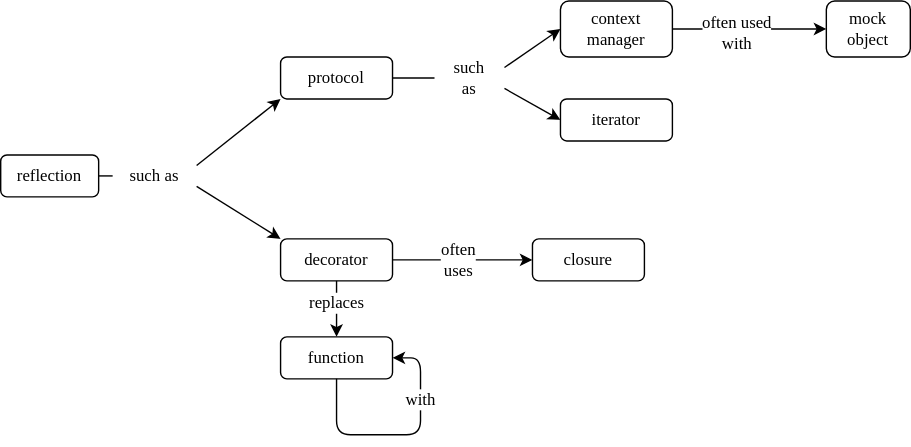
gvwilson/thirdbit keeps this draw.io diagram as sdxpy/reflect/concept_map.svg. Above is the earlier version. Source tidied: cells renumbered, new cells last; positions are measured from the earlier drawing's top-left corner, leaving out a move shared by most shapes. Its diagram source:
```xml
<mxGraphModel>
  <root>
    <mxCell id="0" />
    <mxCell id="1" parent="0" />
    <mxCell id="2" value="protocol" style="rounded=1;whiteSpace=wrap;html=1;fontFamily=Verdana;fillColor=none;fontSize=12;" parent="1" vertex="1">
      <mxGeometry x="200" y="40" width="80" height="30" as="geometry" />
    </mxCell>
    <mxCell id="3" value="context&lt;br style=&quot;font-size: 12px;&quot;&gt;manager" style="rounded=1;whiteSpace=wrap;html=1;fontFamily=Verdana;fillColor=none;fontSize=12;" parent="1" vertex="1">
      <mxGeometry x="400" width="80" height="40" as="geometry" />
    </mxCell>
    <mxCell id="4" value="iterator" style="rounded=1;whiteSpace=wrap;html=1;fontFamily=Verdana;fillColor=none;fontSize=12;" parent="1" vertex="1">
      <mxGeometry x="400" y="70" width="80" height="30" as="geometry" />
    </mxCell>
    <mxCell id="5" value="mock&lt;br style=&quot;font-size: 12px;&quot;&gt;object" style="rounded=1;whiteSpace=wrap;html=1;fontFamily=Verdana;fillColor=none;fontSize=12;" parent="1" vertex="1">
      <mxGeometry x="590" width="60" height="40" as="geometry" />
    </mxCell>
    <mxCell id="6" value="such&lt;br style=&quot;font-size: 12px;&quot;&gt;as" style="text;html=1;strokeColor=none;fillColor=none;align=center;verticalAlign=middle;whiteSpace=wrap;rounded=0;fontFamily=Verdana;fontSize=12;" parent="1" vertex="1">
      <mxGeometry x="310" y="40" width="50" height="30" as="geometry" />
    </mxCell>
    <mxCell id="7" style="endArrow=none;html=1;rounded=1;fontFamily=Verdana;exitX=1;exitY=0.5;exitDx=0;exitDy=0;entryX=0;entryY=0.5;entryDx=0;entryDy=0;fontSize=12;" parent="1" edge="1" source="2" target="6">
      <mxGeometry relative="1" as="geometry" />
    </mxCell>
    <mxCell id="8" style="endArrow=classic;html=1;rounded=1;fontFamily=Verdana;exitX=1;exitY=0.25;exitDx=0;exitDy=0;entryX=0;entryY=0.5;entryDx=0;entryDy=0;fontSize=12;" parent="1" edge="1" source="6" target="3">
      <mxGeometry relative="1" as="geometry" />
    </mxCell>
    <mxCell id="9" style="endArrow=classic;html=1;rounded=1;fontFamily=Verdana;exitX=1;exitY=0.75;exitDx=0;exitDy=0;entryX=0;entryY=0.5;entryDx=0;entryDy=0;fontSize=12;" parent="1" edge="1" source="6" target="4">
      <mxGeometry relative="1" as="geometry" />
    </mxCell>
    <mxCell id="10" style="endArrow=classic;html=1;rounded=1;fontFamily=Verdana;entryX=0;entryY=0.5;entryDx=0;entryDy=0;exitX=1;exitY=0.5;exitDx=0;exitDy=0;fontSize=12;" parent="1" edge="1" source="3" target="5">
      <mxGeometry relative="1" as="geometry" />
    </mxCell>
    <mxCell id="11" value="&lt;font style=&quot;font-size: 12px;&quot;&gt;often used&lt;br style=&quot;font-size: 12px;&quot;&gt;with&lt;/font&gt;" style="edgeLabel;html=1;align=center;verticalAlign=middle;fontFamily=Verdana;fontSize=12;" parent="10" vertex="1">
      <mxGeometry x="-0.17" y="-2" relative="1" as="geometry" />
    </mxCell>
    <mxCell id="12" value="decorator" style="rounded=1;whiteSpace=wrap;html=1;fontFamily=Verdana;fillColor=none;fontSize=12;" parent="1" vertex="1">
      <mxGeometry x="200" y="170" width="80" height="30" as="geometry" />
    </mxCell>
    <mxCell id="13" value="function" style="rounded=1;whiteSpace=wrap;html=1;fontFamily=Verdana;fillColor=none;fontSize=12;" parent="1" vertex="1">
      <mxGeometry x="200" y="240" width="80" height="30" as="geometry" />
    </mxCell>
    <mxCell id="14" style="endArrow=classic;html=1;rounded=1;fontFamily=Verdana;fontSize=12;exitX=0.5;exitY=1;exitDx=0;exitDy=0;entryX=0.5;entryY=0;entryDx=0;entryDy=0;" parent="1" edge="1" source="12" target="13">
      <mxGeometry relative="1" as="geometry" />
    </mxCell>
    <mxCell id="15" value="replaces" style="edgeLabel;html=1;align=center;verticalAlign=middle;fontSize=12;fontFamily=Verdana;" parent="14" vertex="1">
      <mxGeometry x="-0.25" y="-1" relative="1" as="geometry" />
    </mxCell>
    <mxCell id="16" style="endArrow=classic;html=1;rounded=1;fontFamily=Verdana;fontSize=12;exitX=0.5;exitY=1;exitDx=0;exitDy=0;entryX=1;entryY=0.5;entryDx=0;entryDy=0;" parent="1" edge="1" source="13" target="13">
      <mxGeometry relative="1" as="geometry">
        <Array as="points">
          <mxPoint x="240" y="310" />
          <mxPoint x="300" y="310" />
          <mxPoint x="300" y="255" />
        </Array>
      </mxGeometry>
    </mxCell>
    <mxCell id="17" value="with" style="edgeLabel;html=1;align=center;verticalAlign=middle;fontSize=12;fontFamily=Verdana;" parent="16" vertex="1">
      <mxGeometry x="0.44" y="1" relative="1" as="geometry" />
    </mxCell>
    <mxCell id="18" value="closure" style="rounded=1;whiteSpace=wrap;html=1;fontFamily=Verdana;fillColor=none;fontSize=12;" parent="1" vertex="1">
      <mxGeometry x="380" y="170" width="80" height="30" as="geometry" />
    </mxCell>
    <mxCell id="19" style="endArrow=classic;html=1;rounded=1;fontFamily=Verdana;fontSize=12;exitX=1;exitY=0.5;exitDx=0;exitDy=0;entryX=0;entryY=0.5;entryDx=0;entryDy=0;" parent="1" edge="1" source="12" target="18">
      <mxGeometry relative="1" as="geometry" />
    </mxCell>
    <mxCell id="20" value="often&lt;br style=&quot;font-size: 12px;&quot;&gt;uses" style="edgeLabel;html=1;align=center;verticalAlign=middle;fontSize=12;fontFamily=Verdana;" parent="19" vertex="1">
      <mxGeometry x="-0.08" y="1" relative="1" as="geometry" />
    </mxCell>
    <mxCell id="21" value="reflection" style="rounded=1;whiteSpace=wrap;html=1;fontFamily=Verdana;fillColor=none;fontSize=12;" parent="1" vertex="1">
      <mxGeometry y="110" width="70" height="30" as="geometry" />
    </mxCell>
    <mxCell id="22" value="such as" style="text;html=1;strokeColor=none;fillColor=none;align=center;verticalAlign=middle;whiteSpace=wrap;rounded=0;fontFamily=Verdana;fontSize=12;" parent="1" vertex="1">
      <mxGeometry x="80" y="110" width="60" height="30" as="geometry" />
    </mxCell>
    <mxCell id="23" style="endArrow=none;html=1;rounded=1;fontFamily=Verdana;fontSize=12;exitX=1;exitY=0.5;exitDx=0;exitDy=0;entryX=0;entryY=0.5;entryDx=0;entryDy=0;" parent="1" edge="1" source="21" target="22">
      <mxGeometry relative="1" as="geometry" />
    </mxCell>
    <mxCell id="24" style="endArrow=classic;html=1;rounded=1;fontFamily=Verdana;fontSize=12;exitX=1;exitY=0.25;exitDx=0;exitDy=0;entryX=0;entryY=1;entryDx=0;entryDy=0;" parent="1" edge="1" source="22" target="2">
      <mxGeometry relative="1" as="geometry" />
    </mxCell>
    <mxCell id="25" style="endArrow=classic;html=1;rounded=1;fontFamily=Verdana;fontSize=12;exitX=1;exitY=0.75;exitDx=0;exitDy=0;entryX=0;entryY=0;entryDx=0;entryDy=0;" parent="1" edge="1" source="22" target="12">
      <mxGeometry relative="1" as="geometry" />
    </mxCell>
  </root>
</mxGraphModel>
```
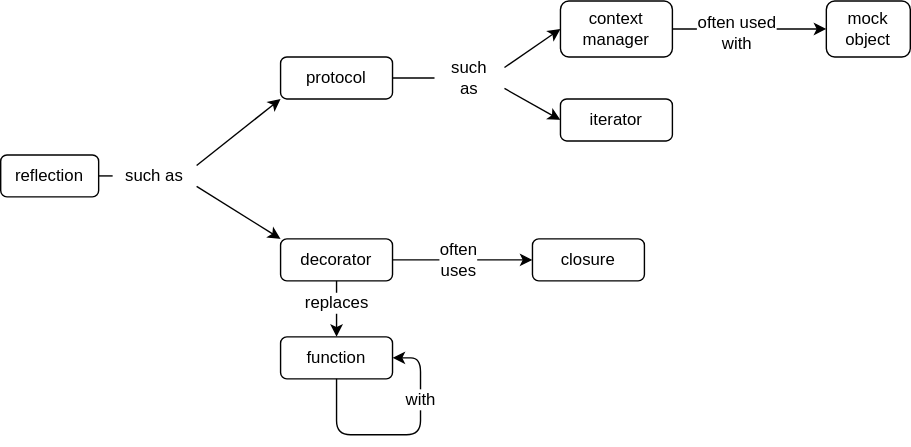
Later version of the same file.

What changed in the source:
```diff
@@ -2,49 +2,49 @@
   <root>
     <mxCell id="0" />
     <mxCell id="1" parent="0" />
-    <mxCell id="2" value="protocol" style="rounded=1;whiteSpace=wrap;html=1;fontFamily=Verdana;fillColor=none;fontSize=12;" parent="1" vertex="1">
+    <mxCell id="2" value="protocol" style="rounded=1;whiteSpace=wrap;html=1;fontFamily=Helvetica;fillColor=none;fontSize=12;" parent="1" vertex="1">
       <mxGeometry x="200" y="40" width="80" height="30" as="geometry" />
     </mxCell>
-    <mxCell id="3" value="context&lt;br style=&quot;font-size: 12px;&quot;&gt;manager" style="rounded=1;whiteSpace=wrap;html=1;fontFamily=Verdana;fillColor=none;fontSize=12;" parent="1" vertex="1">
+    <mxCell id="3" value="context&lt;br style=&quot;font-size: 12px;&quot;&gt;manager" style="rounded=1;whiteSpace=wrap;html=1;fontFamily=Helvetica;fillColor=none;fontSize=12;" parent="1" vertex="1">
       <mxGeometry x="400" width="80" height="40" as="geometry" />
     </mxCell>
-    <mxCell id="4" value="iterator" style="rounded=1;whiteSpace=wrap;html=1;fontFamily=Verdana;fillColor=none;fontSize=12;" parent="1" vertex="1">
+    <mxCell id="4" value="iterator" style="rounded=1;whiteSpace=wrap;html=1;fontFamily=Helvetica;fillColor=none;fontSize=12;" parent="1" vertex="1">
       <mxGeometry x="400" y="70" width="80" height="30" as="geometry" />
     </mxCell>
-    <mxCell id="5" value="mock&lt;br style=&quot;font-size: 12px;&quot;&gt;object" style="rounded=1;whiteSpace=wrap;html=1;fontFamily=Verdana;fillColor=none;fontSize=12;" parent="1" vertex="1">
+    <mxCell id="5" value="mock&lt;br style=&quot;font-size: 12px;&quot;&gt;object" style="rounded=1;whiteSpace=wrap;html=1;fontFamily=Helvetica;fillColor=none;fontSize=12;" parent="1" vertex="1">
       <mxGeometry x="590" width="60" height="40" as="geometry" />
     </mxCell>
-    <mxCell id="6" value="such&lt;br style=&quot;font-size: 12px;&quot;&gt;as" style="text;html=1;strokeColor=none;fillColor=none;align=center;verticalAlign=middle;whiteSpace=wrap;rounded=0;fontFamily=Verdana;fontSize=12;" parent="1" vertex="1">
+    <mxCell id="6" value="such&lt;br style=&quot;font-size: 12px;&quot;&gt;as" style="text;html=1;strokeColor=none;fillColor=none;align=center;verticalAlign=middle;whiteSpace=wrap;rounded=0;fontFamily=Helvetica;fontSize=12;" parent="1" vertex="1">
       <mxGeometry x="310" y="40" width="50" height="30" as="geometry" />
     </mxCell>
-    <mxCell id="7" style="endArrow=none;html=1;rounded=1;fontFamily=Verdana;exitX=1;exitY=0.5;exitDx=0;exitDy=0;entryX=0;entryY=0.5;entryDx=0;entryDy=0;fontSize=12;" parent="1" edge="1" source="2" target="6">
+    <mxCell id="7" style="endArrow=none;html=1;rounded=1;fontFamily=Helvetica;exitX=1;exitY=0.5;exitDx=0;exitDy=0;entryX=0;entryY=0.5;entryDx=0;entryDy=0;fontSize=12;" parent="1" edge="1" source="2" target="6">
       <mxGeometry relative="1" as="geometry" />
     </mxCell>
-    <mxCell id="8" style="endArrow=classic;html=1;rounded=1;fontFamily=Verdana;exitX=1;exitY=0.25;exitDx=0;exitDy=0;entryX=0;entryY=0.5;entryDx=0;entryDy=0;fontSize=12;" parent="1" edge="1" source="6" target="3">
+    <mxCell id="8" style="endArrow=classic;html=1;rounded=1;fontFamily=Helvetica;exitX=1;exitY=0.25;exitDx=0;exitDy=0;entryX=0;entryY=0.5;entryDx=0;entryDy=0;fontSize=12;" parent="1" edge="1" source="6" target="3">
       <mxGeometry relative="1" as="geometry" />
     </mxCell>
-    <mxCell id="9" style="endArrow=classic;html=1;rounded=1;fontFamily=Verdana;exitX=1;exitY=0.75;exitDx=0;exitDy=0;entryX=0;entryY=0.5;entryDx=0;entryDy=0;fontSize=12;" parent="1" edge="1" source="6" target="4">
+    <mxCell id="9" style="endArrow=classic;html=1;rounded=1;fontFamily=Helvetica;exitX=1;exitY=0.75;exitDx=0;exitDy=0;entryX=0;entryY=0.5;entryDx=0;entryDy=0;fontSize=12;" parent="1" edge="1" source="6" target="4">
       <mxGeometry relative="1" as="geometry" />
     </mxCell>
-    <mxCell id="10" style="endArrow=classic;html=1;rounded=1;fontFamily=Verdana;entryX=0;entryY=0.5;entryDx=0;entryDy=0;exitX=1;exitY=0.5;exitDx=0;exitDy=0;fontSize=12;" parent="1" edge="1" source="3" target="5">
+    <mxCell id="10" style="endArrow=classic;html=1;rounded=1;fontFamily=Helvetica;entryX=0;entryY=0.5;entryDx=0;entryDy=0;exitX=1;exitY=0.5;exitDx=0;exitDy=0;fontSize=12;" parent="1" edge="1" source="3" target="5">
       <mxGeometry relative="1" as="geometry" />
     </mxCell>
-    <mxCell id="11" value="&lt;font style=&quot;font-size: 12px;&quot;&gt;often used&lt;br style=&quot;font-size: 12px;&quot;&gt;with&lt;/font&gt;" style="edgeLabel;html=1;align=center;verticalAlign=middle;fontFamily=Verdana;fontSize=12;" parent="10" vertex="1">
+    <mxCell id="11" value="&lt;font style=&quot;font-size: 12px;&quot;&gt;often used&lt;br style=&quot;font-size: 12px;&quot;&gt;with&lt;/font&gt;" style="edgeLabel;html=1;align=center;verticalAlign=middle;fontFamily=Helvetica;fontSize=12;" parent="10" vertex="1">
       <mxGeometry x="-0.17" y="-2" relative="1" as="geometry" />
     </mxCell>
-    <mxCell id="12" value="decorator" style="rounded=1;whiteSpace=wrap;html=1;fontFamily=Verdana;fillColor=none;fontSize=12;" parent="1" vertex="1">
+    <mxCell id="12" value="decorator" style="rounded=1;whiteSpace=wrap;html=1;fontFamily=Helvetica;fillColor=none;fontSize=12;" parent="1" vertex="1">
       <mxGeometry x="200" y="170" width="80" height="30" as="geometry" />
     </mxCell>
-    <mxCell id="13" value="function" style="rounded=1;whiteSpace=wrap;html=1;fontFamily=Verdana;fillColor=none;fontSize=12;" parent="1" vertex="1">
+    <mxCell id="13" value="function" style="rounded=1;whiteSpace=wrap;html=1;fontFamily=Helvetica;fillColor=none;fontSize=12;" parent="1" vertex="1">
       <mxGeometry x="200" y="240" width="80" height="30" as="geometry" />
     </mxCell>
-    <mxCell id="14" style="endArrow=classic;html=1;rounded=1;fontFamily=Verdana;fontSize=12;exitX=0.5;exitY=1;exitDx=0;exitDy=0;entryX=0.5;entryY=0;entryDx=0;entryDy=0;" parent="1" edge="1" source="12" target="13">
+    <mxCell id="14" style="endArrow=classic;html=1;rounded=1;fontFamily=Helvetica;fontSize=12;exitX=0.5;exitY=1;exitDx=0;exitDy=0;entryX=0.5;entryY=0;entryDx=0;entryDy=0;" parent="1" edge="1" source="12" target="13">
       <mxGeometry relative="1" as="geometry" />
     </mxCell>
-    <mxCell id="15" value="replaces" style="edgeLabel;html=1;align=center;verticalAlign=middle;fontSize=12;fontFamily=Verdana;" parent="14" vertex="1">
+    <mxCell id="15" value="replaces" style="edgeLabel;html=1;align=center;verticalAlign=middle;fontSize=12;fontFamily=Helvetica;" parent="14" vertex="1">
       <mxGeometry x="-0.25" y="-1" relative="1" as="geometry" />
     </mxCell>
-    <mxCell id="16" style="endArrow=classic;html=1;rounded=1;fontFamily=Verdana;fontSize=12;exitX=0.5;exitY=1;exitDx=0;exitDy=0;entryX=1;entryY=0.5;entryDx=0;entryDy=0;" parent="1" edge="1" source="13" target="13">
+    <mxCell id="16" style="endArrow=classic;html=1;rounded=1;fontFamily=Helvetica;fontSize=12;exitX=0.5;exitY=1;exitDx=0;exitDy=0;entryX=1;entryY=0.5;entryDx=0;entryDy=0;" parent="1" edge="1" source="13" target="13">
       <mxGeometry relative="1" as="geometry">
         <Array as="points">
           <mxPoint x="240" y="310" />
@@ -53,31 +53,31 @@
         </Array>
       </mxGeometry>
     </mxCell>
-    <mxCell id="17" value="with" style="edgeLabel;html=1;align=center;verticalAlign=middle;fontSize=12;fontFamily=Verdana;" parent="16" vertex="1">
+    <mxCell id="17" value="with" style="edgeLabel;html=1;align=center;verticalAlign=middle;fontSize=12;fontFamily=Helvetica;" parent="16" vertex="1">
       <mxGeometry x="0.44" y="1" relative="1" as="geometry" />
     </mxCell>
-    <mxCell id="18" value="closure" style="rounded=1;whiteSpace=wrap;html=1;fontFamily=Verdana;fillColor=none;fontSize=12;" parent="1" vertex="1">
+    <mxCell id="18" value="closure" style="rounded=1;whiteSpace=wrap;html=1;fontFamily=Helvetica;fillColor=none;fontSize=12;" parent="1" vertex="1">
       <mxGeometry x="380" y="170" width="80" height="30" as="geometry" />
     </mxCell>
-    <mxCell id="19" style="endArrow=classic;html=1;rounded=1;fontFamily=Verdana;fontSize=12;exitX=1;exitY=0.5;exitDx=0;exitDy=0;entryX=0;entryY=0.5;entryDx=0;entryDy=0;" parent="1" edge="1" source="12" target="18">
+    <mxCell id="19" style="endArrow=classic;html=1;rounded=1;fontFamily=Helvetica;fontSize=12;exitX=1;exitY=0.5;exitDx=0;exitDy=0;entryX=0;entryY=0.5;entryDx=0;entryDy=0;" parent="1" edge="1" source="12" target="18">
       <mxGeometry relative="1" as="geometry" />
     </mxCell>
-    <mxCell id="20" value="often&lt;br style=&quot;font-size: 12px;&quot;&gt;uses" style="edgeLabel;html=1;align=center;verticalAlign=middle;fontSize=12;fontFamily=Verdana;" parent="19" vertex="1">
+    <mxCell id="20" value="often&lt;br style=&quot;font-size: 12px;&quot;&gt;uses" style="edgeLabel;html=1;align=center;verticalAlign=middle;fontSize=12;fontFamily=Helvetica;" parent="19" vertex="1">
       <mxGeometry x="-0.08" y="1" relative="1" as="geometry" />
     </mxCell>
-    <mxCell id="21" value="reflection" style="rounded=1;whiteSpace=wrap;html=1;fontFamily=Verdana;fillColor=none;fontSize=12;" parent="1" vertex="1">
+    <mxCell id="21" value="reflection" style="rounded=1;whiteSpace=wrap;html=1;fontFamily=Helvetica;fillColor=none;fontSize=12;" parent="1" vertex="1">
       <mxGeometry y="110" width="70" height="30" as="geometry" />
     </mxCell>
-    <mxCell id="22" value="such as" style="text;html=1;strokeColor=none;fillColor=none;align=center;verticalAlign=middle;whiteSpace=wrap;rounded=0;fontFamily=Verdana;fontSize=12;" parent="1" vertex="1">
+    <mxCell id="22" value="such as" style="text;html=1;strokeColor=none;fillColor=none;align=center;verticalAlign=middle;whiteSpace=wrap;rounded=0;fontFamily=Helvetica;fontSize=12;" parent="1" vertex="1">
       <mxGeometry x="80" y="110" width="60" height="30" as="geometry" />
     </mxCell>
-    <mxCell id="23" style="endArrow=none;html=1;rounded=1;fontFamily=Verdana;fontSize=12;exitX=1;exitY=0.5;exitDx=0;exitDy=0;entryX=0;entryY=0.5;entryDx=0;entryDy=0;" parent="1" edge="1" source="21" target="22">
+    <mxCell id="23" style="endArrow=none;html=1;rounded=1;fontFamily=Helvetica;fontSize=12;exitX=1;exitY=0.5;exitDx=0;exitDy=0;entryX=0;entryY=0.5;entryDx=0;entryDy=0;" parent="1" edge="1" source="21" target="22">
       <mxGeometry relative="1" as="geometry" />
     </mxCell>
-    <mxCell id="24" style="endArrow=classic;html=1;rounded=1;fontFamily=Verdana;fontSize=12;exitX=1;exitY=0.25;exitDx=0;exitDy=0;entryX=0;entryY=1;entryDx=0;entryDy=0;" parent="1" edge="1" source="22" target="2">
+    <mxCell id="24" style="endArrow=classic;html=1;rounded=1;fontFamily=Helvetica;fontSize=12;exitX=1;exitY=0.25;exitDx=0;exitDy=0;entryX=0;entryY=1;entryDx=0;entryDy=0;" parent="1" edge="1" source="22" target="2">
       <mxGeometry relative="1" as="geometry" />
     </mxCell>
-    <mxCell id="25" style="endArrow=classic;html=1;rounded=1;fontFamily=Verdana;fontSize=12;exitX=1;exitY=0.75;exitDx=0;exitDy=0;entryX=0;entryY=0;entryDx=0;entryDy=0;" parent="1" edge="1" source="22" target="12">
+    <mxCell id="25" style="endArrow=classic;html=1;rounded=1;fontFamily=Helvetica;fontSize=12;exitX=1;exitY=0.75;exitDx=0;exitDy=0;entryX=0;entryY=0;entryDx=0;entryDy=0;" parent="1" edge="1" source="22" target="12">
       <mxGeometry relative="1" as="geometry" />
     </mxCell>
   </root>
```
